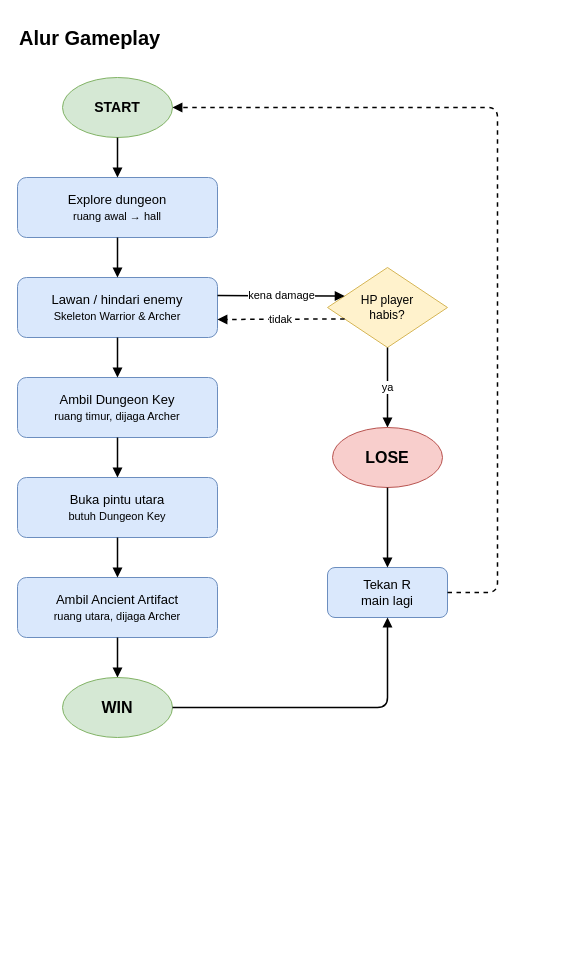
This is UTS-DungeonHunter/Docs/diagrams/alur_gameplay.drawio from Theluckybro/Smart-Game-Mi-Ayam, a draw.io file, before an edit. Source tidied: cells renumbered, new cells numbered last; positions are measured from the earlier drawing's top-left corner, leaving out a move shared by most shapes. Both pictures are drawn from the tidied source at 100%, with x=0, y=0 at pixel (17, 17).
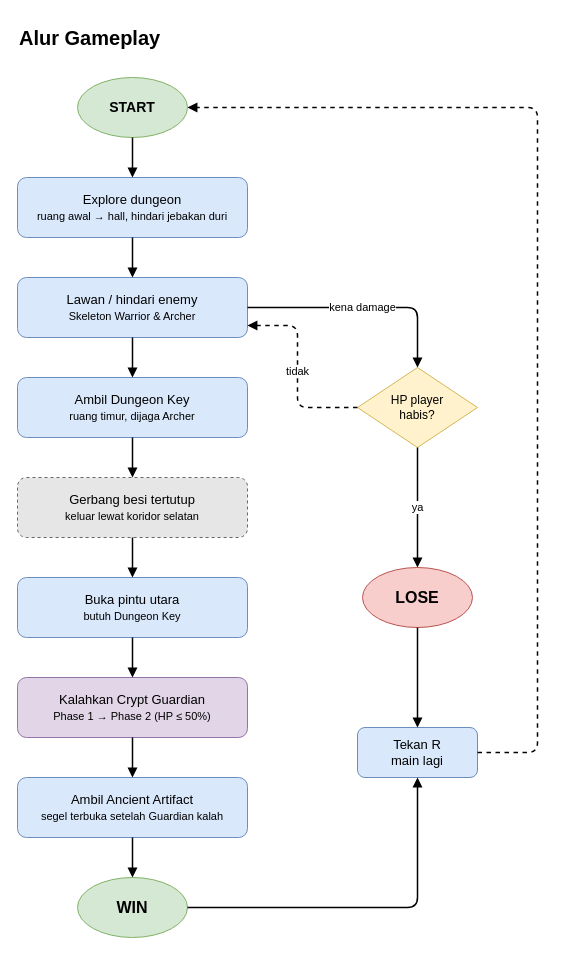
Above is the later version.

Diff of the diagram source:
```diff
@@
     <mxCell id="3" value="START" style="ellipse;whiteSpace=wrap;html=1;fillColor=#d5e8d4;strokeColor=#82b366;fontStyle=1;fontSize=14;" parent="1" vertex="1">
-      <mxGeometry x="45" y="60" width="110" height="60" as="geometry" />
+      <mxGeometry x="60" y="60" width="110" height="60" as="geometry" />
     </mxCell>
-    <mxCell id="4" value="Explore dungeon&lt;br&gt;&lt;span style=&quot;font-weight:normal;font-size:11px&quot;&gt;ruang awal → hall&lt;/span&gt;" style="rounded=1;whiteSpace=wrap;html=1;fillColor=#dae8fc;strokeColor=#6c8ebf;fontSize=13;" parent="1" vertex="1">
-      <mxGeometry y="160" width="200" height="60" as="geometry" />
+    <mxCell id="4" value="Explore dungeon&lt;br&gt;&lt;span style=&quot;font-weight:normal;font-size:11px&quot;&gt;ruang awal → hall, hindari jebakan duri&lt;/span&gt;" style="rounded=1;whiteSpace=wrap;html=1;fillColor=#dae8fc;strokeColor=#6c8ebf;fontSize=13;" parent="1" vertex="1">
+      <mxGeometry y="160" width="230" height="60" as="geometry" />
     </mxCell>
     <mxCell id="5" value="Lawan / hindari enemy&lt;br&gt;&lt;span style=&quot;font-weight:normal;font-size:11px&quot;&gt;Skeleton Warrior &amp;amp; Archer&lt;/span&gt;" style="rounded=1;whiteSpace=wrap;html=1;fillColor=#dae8fc;strokeColor=#6c8ebf;fontSize=13;" parent="1" vertex="1">
-      <mxGeometry y="260" width="200" height="60" as="geometry" />
+      <mxGeometry y="260" width="230" height="60" as="geometry" />
     </mxCell>
     <mxCell id="6" value="Ambil Dungeon Key&lt;br&gt;&lt;span style=&quot;font-weight:normal;font-size:11px&quot;&gt;ruang timur, dijaga Archer&lt;/span&gt;" style="rounded=1;whiteSpace=wrap;html=1;fillColor=#dae8fc;strokeColor=#6c8ebf;fontSize=13;" parent="1" vertex="1">
-      <mxGeometry y="360" width="200" height="60" as="geometry" />
+      <mxGeometry y="360" width="230" height="60" as="geometry" />
     </mxCell>
+    <mxCell id="25" value="Gerbang besi tertutup&lt;br&gt;&lt;span style=&quot;font-weight:normal;font-size:11px&quot;&gt;keluar lewat koridor selatan&lt;/span&gt;" style="rounded=1;whiteSpace=wrap;html=1;fillColor=#e6e6e6;strokeColor=#666666;fontSize=13;dashed=1;" parent="1" vertex="1">
+      <mxGeometry y="460" width="230" height="60" as="geometry" />
+    </mxCell>
     <mxCell id="7" value="Buka pintu utara&lt;br&gt;&lt;span style=&quot;font-weight:normal;font-size:11px&quot;&gt;butuh Dungeon Key&lt;/span&gt;" style="rounded=1;whiteSpace=wrap;html=1;fillColor=#dae8fc;strokeColor=#6c8ebf;fontSize=13;" parent="1" vertex="1">
-      <mxGeometry y="460" width="200" height="60" as="geometry" />
+      <mxGeometry y="560" width="230" height="60" as="geometry" />
     </mxCell>
-    <mxCell id="8" value="Ambil Ancient Artifact&lt;br&gt;&lt;span style=&quot;font-weight:normal;font-size:11px&quot;&gt;ruang utara, dijaga Archer&lt;/span&gt;" style="rounded=1;whiteSpace=wrap;html=1;fillColor=#dae8fc;strokeColor=#6c8ebf;fontSize=13;" parent="1" vertex="1">
-      <mxGeometry y="560" width="200" height="60" as="geometry" />
+    <mxCell id="8" value="Kalahkan Crypt Guardian&lt;br&gt;&lt;span style=&quot;font-weight:normal;font-size:11px&quot;&gt;Phase 1 → Phase 2 (HP ≤ 50%)&lt;/span&gt;" style="rounded=1;whiteSpace=wrap;html=1;fillColor=#e1d5e7;strokeColor=#9673a6;fontSize=13;" parent="1" vertex="1">
+      <mxGeometry y="660" width="230" height="60" as="geometry" />
     </mxCell>
+    <mxCell id="26" value="Ambil Ancient Artifact&lt;br&gt;&lt;span style=&quot;font-weight:normal;font-size:11px&quot;&gt;segel terbuka setelah Guardian kalah&lt;/span&gt;" style="rounded=1;whiteSpace=wrap;html=1;fillColor=#dae8fc;strokeColor=#6c8ebf;fontSize=13;" parent="1" vertex="1">
+      <mxGeometry y="760" width="230" height="60" as="geometry" />
+    </mxCell>
     <mxCell id="9" value="WIN" style="ellipse;whiteSpace=wrap;html=1;fillColor=#d5e8d4;strokeColor=#82b366;fontStyle=1;fontSize=16;" parent="1" vertex="1">
-      <mxGeometry x="45" y="660" width="110" height="60" as="geometry" />
+      <mxGeometry x="60" y="860" width="110" height="60" as="geometry" />
     </mxCell>
     <mxCell id="10" value="HP player&lt;br&gt;habis?" style="rhombus;whiteSpace=wrap;html=1;fillColor=#fff2cc;strokeColor=#d6b656;fontSize=12;" parent="1" vertex="1">
-      <mxGeometry x="310" y="250" width="120" height="80" as="geometry" />
+      <mxGeometry x="340" y="350" width="120" height="80" as="geometry" />
     </mxCell>
     <mxCell id="11" value="LOSE" style="ellipse;whiteSpace=wrap;html=1;fillColor=#f8cecc;strokeColor=#b85450;fontStyle=1;fontSize=16;" parent="1" vertex="1">
-      <mxGeometry x="315" y="410" width="110" height="60" as="geometry" />
+      <mxGeometry x="345" y="550" width="110" height="60" as="geometry" />
     </mxCell>
     <mxCell id="12" value="Tekan R&lt;br&gt;main lagi" style="rounded=1;whiteSpace=wrap;html=1;fillColor=#dae8fc;strokeColor=#6c8ebf;fontSize=13;" parent="1" vertex="1">
-      <mxGeometry x="310" y="550" width="120" height="50" as="geometry" />
+      <mxGeometry x="340" y="710" width="120" height="50" as="geometry" />
     </mxCell>
@@
-    <mxCell id="16" style="html=1;rounded=1;endArrow=block;endFill=1;strokeWidth=1.5;fontSize=11;labelBackgroundColor=#ffffff;" parent="1" edge="1" source="6" target="7">
+    <mxCell id="16" style="html=1;rounded=1;endArrow=block;endFill=1;strokeWidth=1.5;fontSize=11;labelBackgroundColor=#ffffff;" parent="1" edge="1" source="6" target="25">
       <mxGeometry relative="1" as="geometry" />
     </mxCell>
-    <mxCell id="17" style="html=1;rounded=1;endArrow=block;endFill=1;strokeWidth=1.5;fontSize=11;labelBackgroundColor=#ffffff;" parent="1" edge="1" source="7" target="8">
+    <mxCell id="17" style="html=1;rounded=1;endArrow=block;endFill=1;strokeWidth=1.5;fontSize=11;labelBackgroundColor=#ffffff;" parent="1" edge="1" source="25" target="7">
       <mxGeometry relative="1" as="geometry" />
     </mxCell>
-    <mxCell id="18" style="html=1;rounded=1;endArrow=block;endFill=1;strokeWidth=1.5;fontSize=11;labelBackgroundColor=#ffffff;" parent="1" edge="1" source="8" target="9">
+    <mxCell id="18" style="html=1;rounded=1;endArrow=block;endFill=1;strokeWidth=1.5;fontSize=11;labelBackgroundColor=#ffffff;" parent="1" edge="1" source="7" target="8">
       <mxGeometry relative="1" as="geometry" />
     </mxCell>
-    <mxCell id="19" value="kena damage" style="html=1;rounded=1;endArrow=block;endFill=1;strokeWidth=1.5;fontSize=11;labelBackgroundColor=#ffffff;exitX=1;exitY=0.3;exitDx=0;exitDy=0;entryX=0;entryY=0.3;entryDx=0;entryDy=0;" parent="1" edge="1" source="5" target="10">
+    <mxCell id="19" style="html=1;rounded=1;endArrow=block;endFill=1;strokeWidth=1.5;fontSize=11;labelBackgroundColor=#ffffff;" parent="1" edge="1" source="8" target="26">
       <mxGeometry relative="1" as="geometry" />
     </mxCell>
-    <mxCell id="20" value="tidak" style="html=1;rounded=1;endArrow=block;endFill=1;strokeWidth=1.5;fontSize=11;labelBackgroundColor=#ffffff;exitX=0;exitY=0.7;exitDx=0;exitDy=0;entryX=1;entryY=0.7;entryDx=0;entryDy=0;dashed=1;" parent="1" edge="1" source="10" target="5">
+    <mxCell id="20" style="html=1;rounded=1;endArrow=block;endFill=1;strokeWidth=1.5;fontSize=11;labelBackgroundColor=#ffffff;" parent="1" edge="1" source="26" target="9">
       <mxGeometry relative="1" as="geometry" />
     </mxCell>
-    <mxCell id="21" value="ya" style="html=1;rounded=1;endArrow=block;endFill=1;strokeWidth=1.5;fontSize=11;labelBackgroundColor=#ffffff;exitX=0.5;exitY=1;exitDx=0;exitDy=0;entryX=0.5;entryY=0;entryDx=0;entryDy=0;" parent="1" edge="1" source="10" target="11">
-      <mxGeometry relative="1" as="geometry" />
+    <mxCell id="21" value="kena damage" style="html=1;rounded=1;endArrow=block;endFill=1;strokeWidth=1.5;fontSize=11;labelBackgroundColor=#ffffff;exitX=1;exitY=0.5;exitDx=0;exitDy=0;entryX=0.5;entryY=0;entryDx=0;entryDy=0;" parent="1" edge="1" source="5" target="10">
+      <mxGeometry relative="1" as="geometry">
+        <Array as="points">
+          <mxPoint x="400" y="290" />
+        </Array>
+      </mxGeometry>
     </mxCell>
-    <mxCell id="22" style="html=1;rounded=1;endArrow=block;endFill=1;strokeWidth=1.5;fontSize=11;labelBackgroundColor=#ffffff;exitX=0.5;exitY=1;exitDx=0;exitDy=0;entryX=0.5;entryY=0;entryDx=0;entryDy=0;" parent="1" edge="1" source="11" target="12">
-      <mxGeometry relative="1" as="geometry" />
+    <mxCell id="22" value="tidak" style="html=1;rounded=1;endArrow=block;endFill=1;strokeWidth=1.5;fontSize=11;labelBackgroundColor=#ffffff;exitX=0;exitY=0.5;exitDx=0;exitDy=0;entryX=1;entryY=0.8;entryDx=0;entryDy=0;dashed=1;" parent="1" edge="1" source="10" target="5">
+      <mxGeometry relative="1" as="geometry">
+        <Array as="points">
+          <mxPoint x="280" y="390" />
+          <mxPoint x="280" y="308" />
+        </Array>
+      </mxGeometry>
     </mxCell>
-    <mxCell id="23" style="html=1;rounded=1;endArrow=block;endFill=1;strokeWidth=1.5;fontSize=11;labelBackgroundColor=#ffffff;exitX=1;exitY=0.5;exitDx=0;exitDy=0;entryX=0.5;entryY=1;entryDx=0;entryDy=0;" parent="1" edge="1" source="9" target="12">
-      <mxGeometry relative="1" as="geometry">
-        <Array as="points">
-          <mxPoint x="370" y="690" />
-        </Array>
-      </mxGeometry>
+    <mxCell id="23" value="ya" style="html=1;rounded=1;endArrow=block;endFill=1;strokeWidth=1.5;fontSize=11;labelBackgroundColor=#ffffff;exitX=0.5;exitY=1;exitDx=0;exitDy=0;entryX=0.5;entryY=0;entryDx=0;entryDy=0;" parent="1" edge="1" source="10" target="11">
+      <mxGeometry relative="1" as="geometry" />
     </mxCell>
-    <mxCell id="24" style="html=1;rounded=1;endArrow=block;endFill=1;strokeWidth=1.5;fontSize=11;labelBackgroundColor=#ffffff;exitX=1;exitY=0.5;exitDx=0;exitDy=0;entryX=1;entryY=0.5;entryDx=0;entryDy=0;dashed=1;" parent="1" edge="1" source="12" target="3">
-      <mxGeometry relative="1" as="geometry">
-        <Array as="points">
-          <mxPoint x="480" y="575" />
-          <mxPoint x="480" y="90" />
-        </Array>
-      </mxGeometry>
+    <mxCell id="24" style="html=1;rounded=1;endArrow=block;endFill=1;strokeWidth=1.5;fontSize=11;labelBackgroundColor=#ffffff;exitX=0.5;exitY=1;exitDx=0;exitDy=0;entryX=0.5;entryY=0;entryDx=0;entryDy=0;" parent="1" edge="1" source="11" target="12">
+      <mxGeometry relative="1" as="geometry" />
     </mxCell>
+    <mxCell id="27" style="html=1;rounded=1;endArrow=block;endFill=1;strokeWidth=1.5;fontSize=11;labelBackgroundColor=#ffffff;exitX=1;exitY=0.5;exitDx=0;exitDy=0;entryX=0.5;entryY=1;entryDx=0;entryDy=0;" parent="1" edge="1" source="9" target="12">
+      <mxGeometry relative="1" as="geometry">
+        <Array as="points">
+          <mxPoint x="400" y="890" />
+        </Array>
+      </mxGeometry>
+    </mxCell>
+    <mxCell id="28" style="html=1;rounded=1;endArrow=block;endFill=1;strokeWidth=1.5;fontSize=11;labelBackgroundColor=#ffffff;exitX=1;exitY=0.5;exitDx=0;exitDy=0;entryX=1;entryY=0.5;entryDx=0;entryDy=0;dashed=1;" parent="1" edge="1" source="12" target="3">
+      <mxGeometry relative="1" as="geometry">
+        <Array as="points">
+          <mxPoint x="520" y="735" />
+          <mxPoint x="520" y="90" />
+        </Array>
+      </mxGeometry>
+    </mxCell>
```
